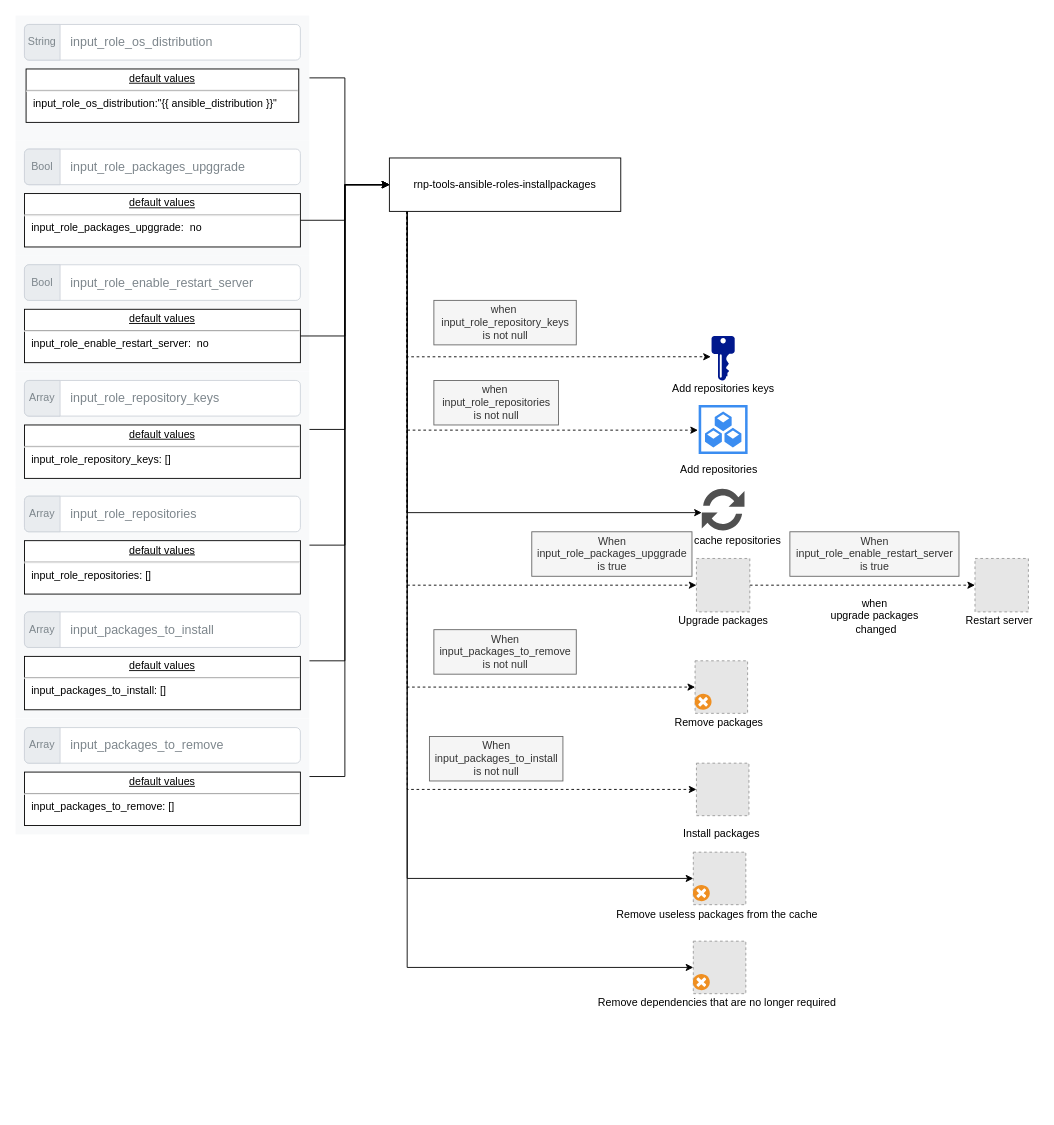
The draw.io diagram docs/installpackages.drawio in rachuna-net-pl/rnp-tools-ansibleroles-installpackages, before the edit. Source tidied: cells renumbered, new cells numbered last; positions are measured from the earlier drawing's top-left corner, leaving out a move shared by most shapes. Both pictures are drawn from the tidied source at 89%, with x=0, y=0 at pixel (15, 15). Pictures stored in the file or linked from it are replaced by grey dashed boxes.
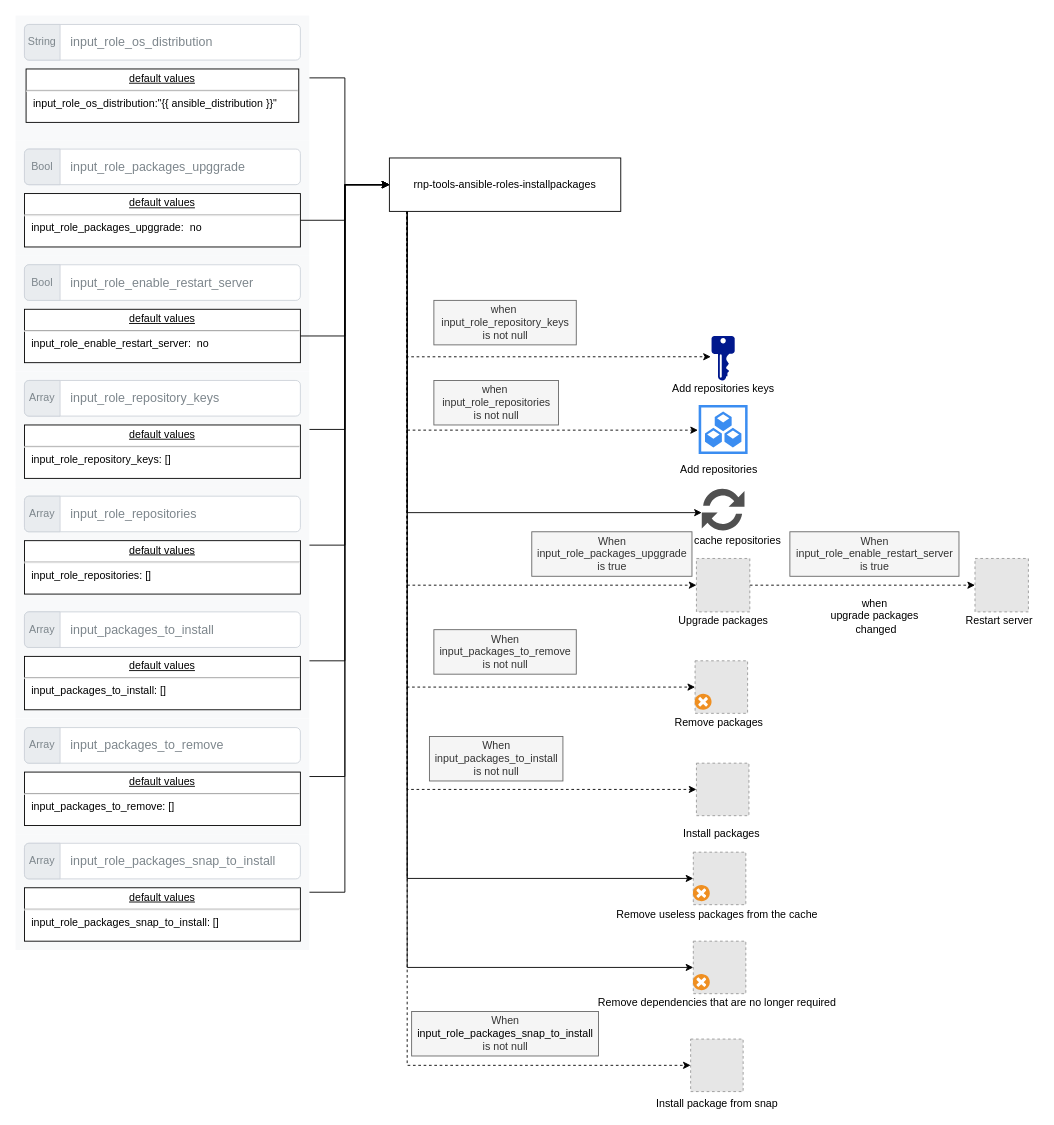
The same diagram, later.

Commit message (it also covers changes not shown here):
[RNP-16] Instalowanie snap na ubuntu

Unchanged cells that the change refers to:
```xml
<mxCell id="10" value="rnp-tools-ansible-roles-installpackages" style="rounded=0;whiteSpace=wrap;html=1;" parent="1" vertex="1">
  <mxGeometry x="420" y="160" width="260" height="60" as="geometry" />
</mxCell>
```

What changed in the source:
```diff
@@
+    <mxCell id="75" style="edgeStyle=orthogonalEdgeStyle;rounded=0;jettySize=auto;html=1;entryX=0;entryY=0.5;entryDx=0;entryDy=0;dashed=1;" parent="1" edge="1" source="10" target="81">
+      <mxGeometry relative="1" as="geometry">
+        <Array as="points">
+          <mxPoint x="440" y="1180" />
+        </Array>
+      </mxGeometry>
+    </mxCell>
@@
+    <mxCell id="76" style="edgeStyle=orthogonalEdgeStyle;rounded=0;jettySize=auto;html=1;entryX=0;entryY=0.5;entryDx=0;entryDy=0;" parent="1" edge="1" source="77" target="10">
+      <mxGeometry relative="1" as="geometry">
+        <Array as="points">
+          <mxPoint x="370" y="985" />
+          <mxPoint x="370" y="190" />
+        </Array>
+      </mxGeometry>
+    </mxCell>
+    <mxCell id="77" style="html=1;shadow=0;dashed=0;fillColor=#F8F9FA;strokeColor=none;fontSize=16;fontColor=#181819;align=left;spacing=15;" parent="1" vertex="1">
+      <mxGeometry y="920" width="330" height="130" as="geometry" />
+    </mxCell>
+    <mxCell id="78" value="input_role_packages_snap_to_install" style="html=1;shadow=0;dashed=0;shape=mxgraph.bootstrap.rrect;rSize=5;strokeColor=#CED4DA;html=1;whiteSpace=wrap;fillColor=#FFFFFF;fontColor=#7D868C;align=left;spacingLeft=50;fontSize=14;" parent="77" vertex="1">
+      <mxGeometry width="310" height="40" relative="1" as="geometry">
+        <mxPoint x="10" y="10" as="offset" />
+      </mxGeometry>
+    </mxCell>
+    <mxCell id="79" value="Array" style="html=1;shadow=0;dashed=0;shape=mxgraph.bootstrap.leftButton;strokeColor=inherit;gradientColor=inherit;fontColor=inherit;fillColor=#E9ECEF;rSize=5;perimeter=none;whiteSpace=wrap;" parent="78" vertex="1">
+      <mxGeometry width="40" height="40" relative="1" as="geometry" />
+    </mxCell>
+    <mxCell id="80" value="&lt;p style=&quot;text-align: center ; margin: 4px 0px 0px ; text-decoration: underline&quot;&gt;default values&lt;/p&gt;&lt;hr&gt;&lt;p style=&quot;margin: 0px ; margin-left: 8px&quot;&gt;input_role_packages_snap_to_install: []&lt;br&gt;&lt;/p&gt;&lt;div&gt;&lt;br&gt;&lt;/div&gt;" style="verticalAlign=top;align=left;overflow=fill;fontSize=12;fontFamily=Helvetica;html=1;" parent="1" vertex="1">
+      <mxGeometry x="10" y="980" width="310" height="60" as="geometry" />
+    </mxCell>
+    <mxCell id="81" value="Install package from snap" style="fillColor=#E6E6E6;strokeColor=#999999;dashed=1;html=1;verticalAlign=top;verticalLabelPosition=bottom;labelBackgroundColor=#ffffff;" parent="1" vertex="1">
+      <mxGeometry x="758.5" y="1150" width="59" height="59" as="geometry" />
+    </mxCell>
+    <mxCell id="82" value="When&lt;br&gt;&lt;span style=&quot;color: rgb(0 , 0 , 0) ; text-align: left&quot;&gt;input_role_packages_snap_to_install&lt;/span&gt;&lt;br&gt;is not null" style="text;html=1;align=center;verticalAlign=middle;strokeColor=#666666;fillColor=#f5f5f5;fontColor=#333333;" parent="1" vertex="1">
+      <mxGeometry x="445" y="1119" width="210" height="50" as="geometry" />
+    </mxCell>
```
